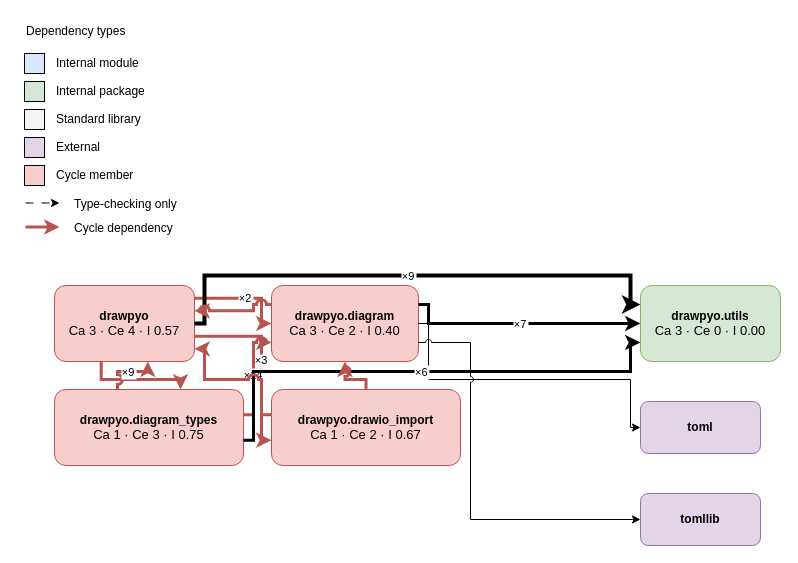
Above: etc/reference drawio charts/Drawpyo Package Dependencies.drawio in XMCesari/drawpyo (draw.io), before the change. Source tidied: cells renumbered, new cells numbered last; positions are measured from the earlier drawing's top-left corner, leaving out a move shared by most shapes. Both pictures are drawn from the tidied source at 100%, with x=0, y=0 at pixel (24, 17).
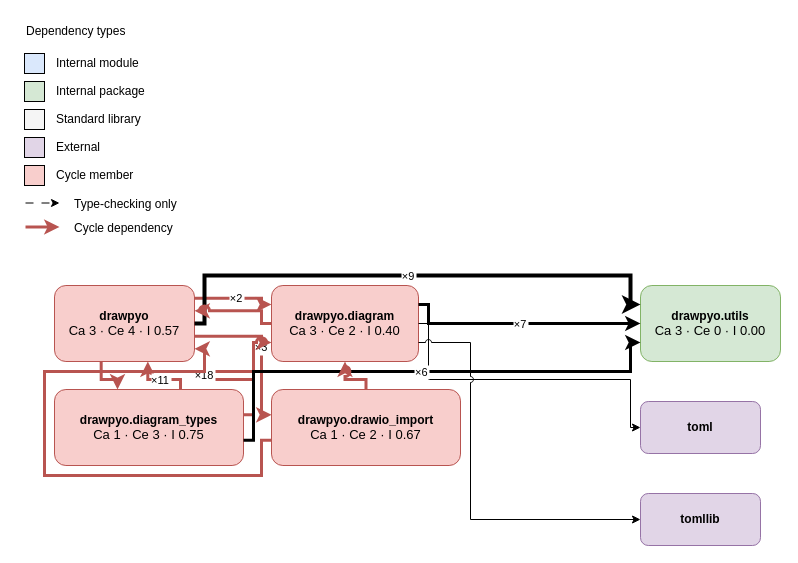
After the change.

The change refers to these unchanged cells:
```xml
<mxCell id="21" value="&lt;b&gt;drawpyo&lt;/b&gt;&lt;br&gt;&lt;font size=&quot;2&quot;&gt;Ca 3 · Ce 4 · I 0.57&lt;/font&gt;" style="whiteSpace=wrap;rounded=1;fillColor=#F8CECC;strokeColor=#B85450;dashed=0;html=1;align=center;verticalAlign=middle;" parent="1" vertex="1">
  <mxGeometry x="30" y="268" width="140" height="76" as="geometry" />
</mxCell>
<mxCell id="22" value="&lt;b&gt;drawpyo.diagram&lt;/b&gt;&lt;br&gt;&lt;font size=&quot;2&quot;&gt;Ca 3 · Ce 2 · I 0.40&lt;/font&gt;" style="whiteSpace=wrap;rounded=1;fillColor=#F8CECC;strokeColor=#B85450;dashed=0;html=1;align=center;verticalAlign=middle;" parent="1" vertex="1">
  <mxGeometry x="247" y="268" width="147" height="76" as="geometry" />
</mxCell>
<mxCell id="23" value="&lt;b&gt;drawpyo.diagram_types&lt;/b&gt;&lt;br&gt;&lt;font size=&quot;2&quot;&gt;Ca 1 · Ce 3 · I 0.75&lt;/font&gt;" style="whiteSpace=wrap;rounded=1;fillColor=#F8CECC;strokeColor=#B85450;dashed=0;html=1;align=center;verticalAlign=middle;" parent="1" vertex="1">
  <mxGeometry x="30" y="372" width="189" height="76" as="geometry" />
</mxCell>
<mxCell id="24" value="&lt;b&gt;drawpyo.drawio_import&lt;/b&gt;&lt;br&gt;&lt;font size=&quot;2&quot;&gt;Ca 1 · Ce 2 · I 0.67&lt;/font&gt;" style="whiteSpace=wrap;rounded=1;fillColor=#F8CECC;strokeColor=#B85450;dashed=0;html=1;align=center;verticalAlign=middle;" parent="1" vertex="1">
  <mxGeometry x="247" y="372" width="189" height="76" as="geometry" />
</mxCell>
```

The edit, as a diff of the source:
```diff
@@
-    <mxCell id="28" value="×2" style="edgeStyle=orthogonalEdgeStyle;rounded=0;jettySize=auto;entryX=0.0;entryY=0.5;exitX=1.0;exitY=0.16666666666666666;endArrow=classic;endFill=1;strokeColor=#B85450;strokeWidth=3;jumpStyle=arc;jumpSize=6;" parent="1" edge="1" source="21" target="22">
+    <mxCell id="28" value="×2" style="edgeStyle=orthogonalEdgeStyle;rounded=0;jettySize=auto;entryX=0.0;entryY=0.25;exitX=1.0;exitY=0.16666666666666666;endArrow=classic;endFill=1;strokeColor=#B85450;strokeWidth=3;jumpStyle=arc;jumpSize=6;" parent="1" edge="1" source="21" target="22">
       <mxGeometry relative="1" as="geometry">
         <Array as="points">
           <mxPoint x="237" y="280.7" />
-          <mxPoint x="237" y="306" />
+          <mxPoint x="237" y="287" />
         </Array>
       </mxGeometry>
     </mxCell>
-    <mxCell id="29" style="edgeStyle=orthogonalEdgeStyle;rounded=0;jettySize=auto;entryX=0.6666666666666666;entryY=0.0;exitX=0.3333333333333333;exitY=1.0;endArrow=classic;endFill=1;strokeColor=#B85450;strokeWidth=3;" parent="1" edge="1" source="21" target="23">
+    <mxCell id="29" style="edgeStyle=orthogonalEdgeStyle;rounded=0;jettySize=auto;entryX=0.3333333333333333;entryY=0.0;exitX=0.3333333333333333;exitY=1.0;endArrow=classic;endFill=1;strokeColor=#B85450;strokeWidth=3;jumpStyle=arc;jumpSize=6;" parent="1" edge="1" source="21" target="23">
       <mxGeometry relative="1" as="geometry">
         <Array as="points">
           <mxPoint x="76.7" y="362" />
-          <mxPoint x="156" y="362" />
+          <mxPoint x="93" y="362" />
         </Array>
       </mxGeometry>
     </mxCell>
-    <mxCell id="30" value="×3" style="edgeStyle=orthogonalEdgeStyle;rounded=0;jettySize=auto;entryX=0.0;entryY=0.6666666666666666;exitX=1.0;exitY=0.6666666666666666;endArrow=classic;endFill=1;strokeColor=#B85450;strokeWidth=3;jumpStyle=arc;jumpSize=6;" parent="1" edge="1" source="21" target="24">
+    <mxCell id="30" value="×3" style="edgeStyle=orthogonalEdgeStyle;rounded=0;jettySize=auto;entryX=0.0;entryY=0.3333333333333333;exitX=1.0;exitY=0.6666666666666666;endArrow=classic;endFill=1;strokeColor=#B85450;strokeWidth=3;jumpStyle=arc;jumpSize=6;" parent="1" edge="1" source="21" target="24">
       <mxGeometry relative="1" as="geometry">
         <Array as="points">
           <mxPoint x="237" y="318.7" />
-          <mxPoint x="237" y="422.7" />
+          <mxPoint x="237" y="397.3" />
         </Array>
       </mxGeometry>
     </mxCell>
@@
-    <mxCell id="32" style="edgeStyle=orthogonalEdgeStyle;rounded=0;jettySize=auto;entryX=1.0;entryY=0.3333333333333333;exitX=0.0;exitY=0.25;endArrow=classic;endFill=1;strokeColor=#B85450;strokeWidth=3;jumpStyle=arc;jumpSize=6;" parent="1" edge="1" source="22" target="21">
+    <mxCell id="32" style="edgeStyle=orthogonalEdgeStyle;rounded=0;jettySize=auto;entryX=1.0;entryY=0.3333333333333333;exitX=0.0;exitY=0.5;endArrow=classic;endFill=1;strokeColor=#B85450;strokeWidth=3;jumpStyle=arc;jumpSize=6;" parent="1" edge="1" source="22" target="21">
       <mxGeometry relative="1" as="geometry">
         <Array as="points">
-          <mxPoint x="229" y="287" />
-          <mxPoint x="229" y="293.3" />
+          <mxPoint x="237" y="306" />
+          <mxPoint x="237" y="293.3" />
         </Array>
       </mxGeometry>
     </mxCell>
@@
-    <mxCell id="36" value="×9" style="edgeStyle=orthogonalEdgeStyle;rounded=0;jettySize=auto;entryX=0.6666666666666666;entryY=1.0;exitX=0.3333333333333333;exitY=0.0;endArrow=classic;endFill=1;strokeColor=#B85450;strokeWidth=3;jumpStyle=arc;jumpSize=6;" parent="1" edge="1" source="23" target="21">
+    <mxCell id="36" value="×11" style="edgeStyle=orthogonalEdgeStyle;rounded=0;jettySize=auto;entryX=0.6666666666666666;entryY=1.0;exitX=0.6666666666666666;exitY=0.0;endArrow=classic;endFill=1;strokeColor=#B85450;strokeWidth=3;jumpStyle=arc;jumpSize=6;" parent="1" edge="1" source="23" target="21">
       <mxGeometry relative="1" as="geometry">
         <Array as="points">
-          <mxPoint x="93" y="354" />
-          <mxPoint x="123.3" y="354" />
+          <mxPoint x="156" y="362" />
+          <mxPoint x="123.3" y="362" />
         </Array>
       </mxGeometry>
     </mxCell>
-    <mxCell id="37" value="×14" style="edgeStyle=orthogonalEdgeStyle;rounded=0;jettySize=auto;entryX=0.0;entryY=0.75;exitX=1.0;exitY=0.3333333333333333;endArrow=classic;endFill=1;strokeColor=#B85450;strokeWidth=3;jumpStyle=arc;jumpSize=6;" parent="1" edge="1" source="23" target="22">
+    <mxCell id="37" value="×18" style="edgeStyle=orthogonalEdgeStyle;rounded=0;jettySize=auto;entryX=0.0;entryY=0.75;exitX=1.0;exitY=0.3333333333333333;endArrow=classic;endFill=1;strokeColor=#B85450;strokeWidth=3;jumpStyle=arc;jumpSize=6;" parent="1" edge="1" source="23" target="22">
       <mxGeometry relative="1" as="geometry">
         <Array as="points">
           <mxPoint x="229" y="397.3" />
+          <mxPoint x="229" y="362" />
+          <mxPoint x="180" y="362" />
+          <mxPoint x="180" y="354" />
+          <mxPoint x="229" y="354" />
           <mxPoint x="229" y="325" />
         </Array>
       </mxGeometry>
     </mxCell>
@@
-    <mxCell id="39" style="edgeStyle=orthogonalEdgeStyle;rounded=0;jettySize=auto;entryX=1.0;entryY=0.8333333333333334;exitX=0.0;exitY=0.3333333333333333;endArrow=classic;endFill=1;strokeColor=#B85450;strokeWidth=3;jumpStyle=arc;jumpSize=6;" parent="1" edge="1" source="24" target="21">
+    <mxCell id="39" style="edgeStyle=orthogonalEdgeStyle;rounded=0;jettySize=auto;entryX=1.0;entryY=0.8333333333333334;exitX=0.0;exitY=0.6666666666666666;endArrow=classic;endFill=1;strokeColor=#B85450;strokeWidth=3;" parent="1" edge="1" source="24" target="21">
       <mxGeometry relative="1" as="geometry">
         <Array as="points">
-          <mxPoint x="237" y="397.3" />
-          <mxPoint x="237" y="362" />
-          <mxPoint x="180" y="362" />
+          <mxPoint x="237" y="422.7" />
+          <mxPoint x="237" y="458" />
+          <mxPoint x="20" y="458" />
+          <mxPoint x="20" y="354" />
+          <mxPoint x="180" y="354" />
           <mxPoint x="180" y="331.3" />
         </Array>
       </mxGeometry>
     </mxCell>
```
